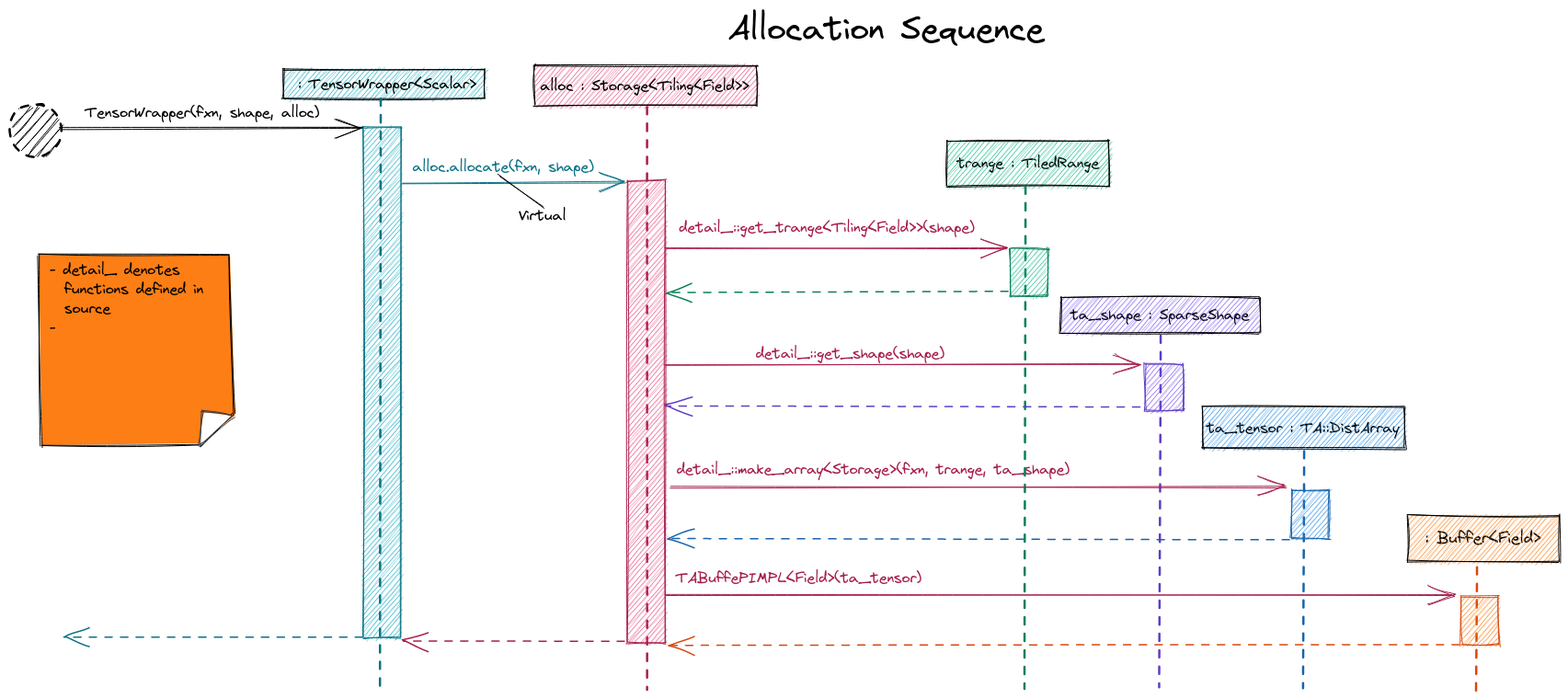
The Excalidraw diagram docs/source/allocation.png in NWChemEx/TensorWrapper, before a commit. Source tidied: one line per element, renumbered; positions are measured from the earlier drawing's top-left corner, leaving out a move shared by most shapes.
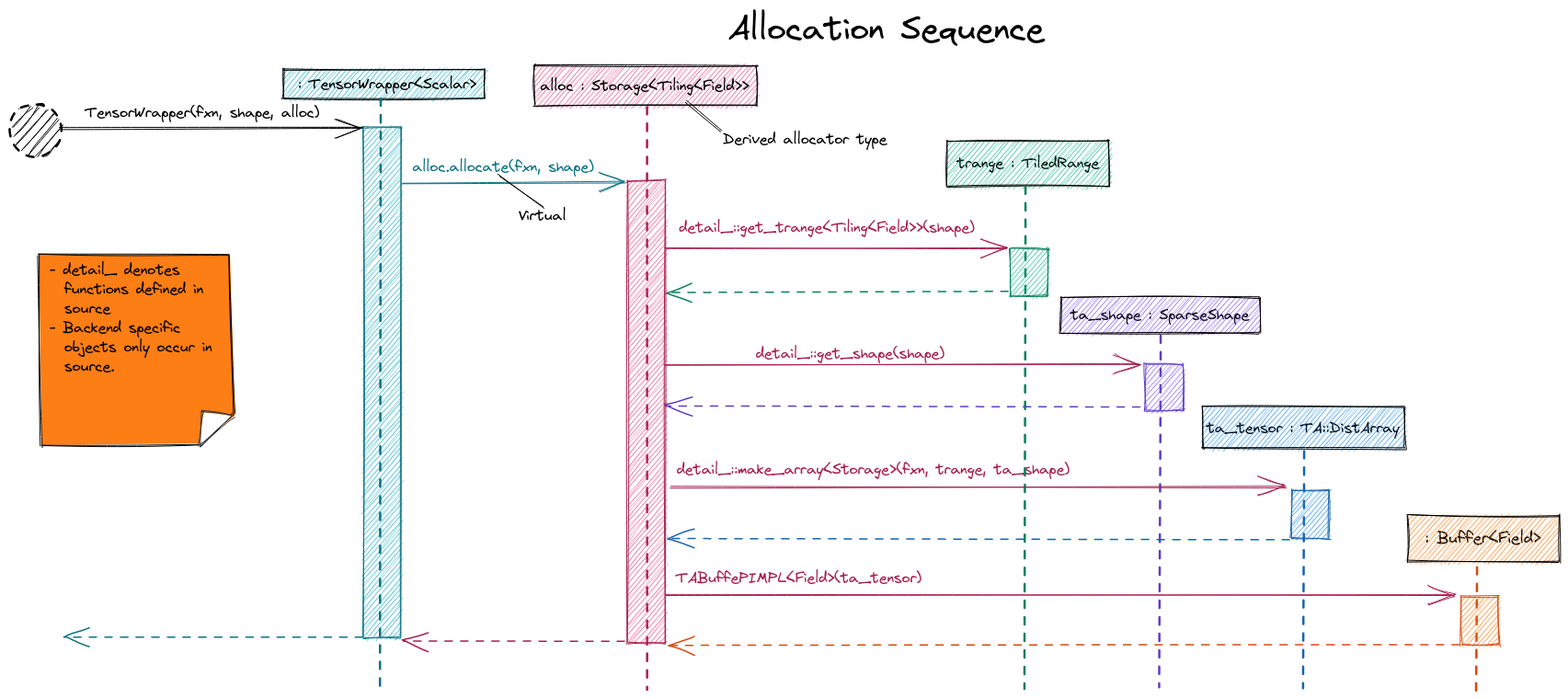
After the commit.

What changed in the source:
```diff
@@ -44,6 +44,8 @@
 {"id": 43, "type": "text", "text": "Allocation Sequence", "strokeColor": "#000000", "strokeWidth": 2, "strokeStyle": "dashed", "roughness": 1, "fontSize": 36, "fontFamily": 1, "x": 782, "y": 0, "width": 345, "height": 46}
 {"id": 44, "type": "line", "strokeColor": "#000000", "backgroundColor": "#fd7e14", "fillStyle": "solid", "strokeWidth": 1, "roughness": 1, "x": 32, "y": 267, "width": 211, "height": 209, "points": [[0, 0], [208, 1], [211, 174], [177, 207], [2, 209], [0, 0]]}
 {"id": 45, "type": "line", "strokeColor": "#343a40", "backgroundColor": "white", "fillStyle": "solid", "strokeWidth": 1, "roughness": 1, "x": 243, "y": 442, "width": 36, "height": 38, "points": [[0, 0], [-34, -5], [-36, 33], [0, 0]]}
-{"id": 46, "type": "text", "text": "- detail_ denotes \n  functions defined in\n  source\n-", "strokeColor": "#000000", "strokeWidth": 2, "strokeStyle": "dashed", "roughness": 1, "fontSize": 16, "fontFamily": 1, "x": 44, "y": 272, "width": 167, "height": 84}
+{"id": 46, "type": "text", "text": "- detail_ denotes \n  functions defined in\n  source\n- Backend specific \n  objects only occur in\n  source.", "strokeColor": "#000000", "strokeWidth": 2, "strokeStyle": "dashed", "roughness": 1, "fontSize": 16, "fontFamily": 1, "x": 44, "y": 272, "width": 177, "height": 126}
 {"id": 47, "type": "text", "text": "Virtual", "strokeColor": "#000000", "strokeWidth": 2, "strokeStyle": "dashed", "roughness": 1, "fontSize": 16, "fontFamily": 1, "x": 554, "y": 214, "width": 53, "height": 21}
 {"id": 48, "type": "line", "strokeColor": "#000000", "strokeWidth": 1, "roughness": 1, "x": 532, "y": 180, "width": 50, "height": 36, "points": [[0, 0], [50, 36]]}
+{"id": 49, "type": "text", "text": "Derived allocator type", "strokeColor": "#000000", "strokeWidth": 1, "roughness": 1, "fontSize": 16, "fontFamily": 1, "x": 776, "y": 130, "width": 179, "height": 21}
+{"id": 50, "type": "line", "strokeColor": "#000000", "strokeWidth": 1, "roughness": 1, "x": 736, "y": 100, "width": 39, "height": 32, "points": [[0, 0], [39, 32]]}
```
